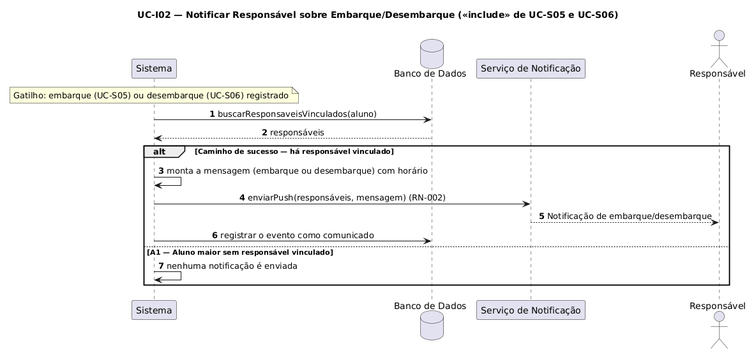
Before: documentos/atividade-04/imagens/UC-I02.png, a diagram exported from PlantUML (luisgustavoribeirodefreitas/VanTrack). Source of this version:
```plantuml
@startuml UC-I02
title UC-I02 — Notificar Responsável sobre Embarque/Desembarque («include» de UC-S05 e UC-S06)
skinparam sequenceMessageAlign center
autonumber

participant "Sistema" as S
database "Banco de Dados" as DB
participant "Serviço de Notificação" as Push
actor "Responsável" as R

note over S : Gatilho: embarque (UC-S05) ou desembarque (UC-S06) registrado

S -> DB : buscarResponsaveisVinculados(aluno)
DB --> S : responsáveis

alt Caminho de sucesso — há responsável vinculado
    S -> S : monta a mensagem (embarque ou desembarque) com horário
    S -> Push : enviarPush(responsáveis, mensagem) (RN-002)
    Push --> R : Notificação de embarque/desembarque
    S -> DB : registrar o evento como comunicado
else A1 — Aluno maior sem responsável vinculado
    S -> S : nenhuma notificação é enviada
end
@enduml
```
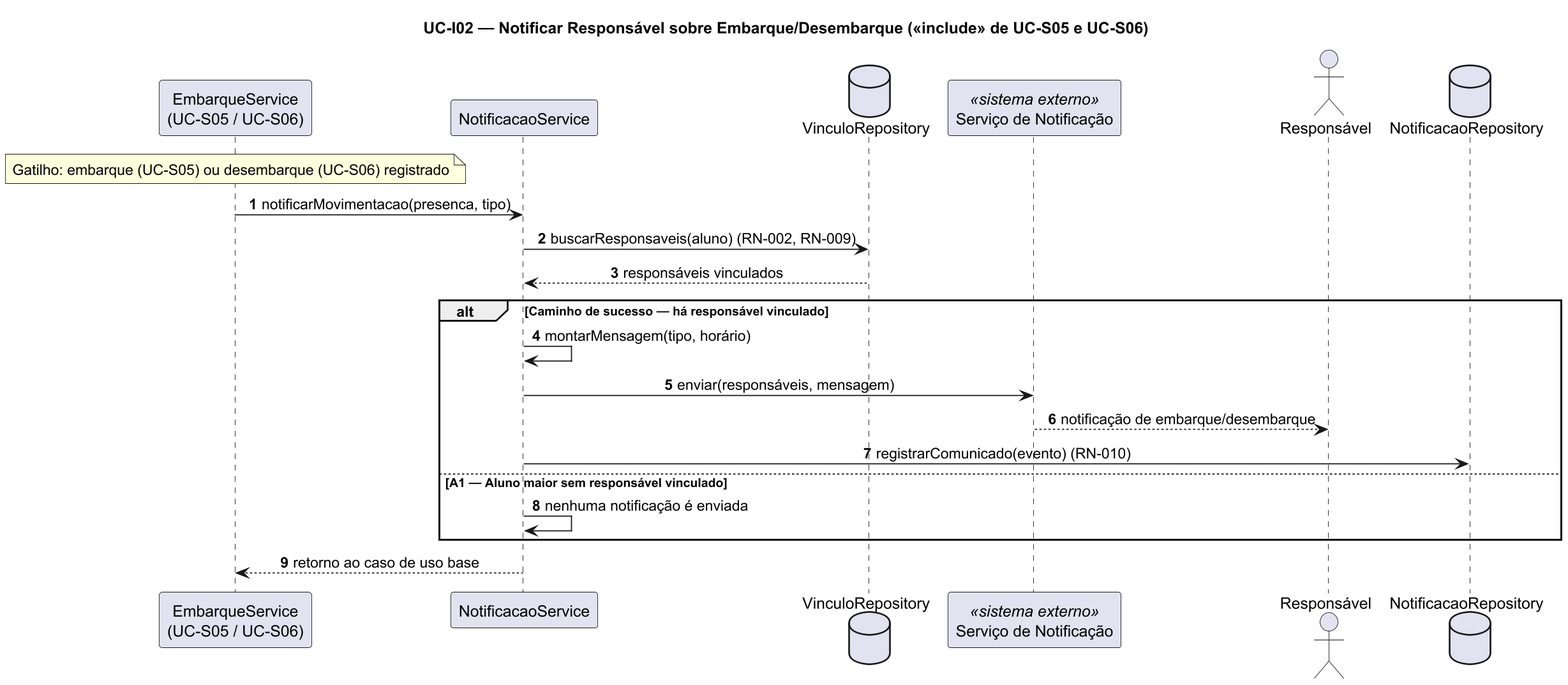
Above is the later version.

Diff of the diagram source:
```diff
@@ -1,24 +1,30 @@
 @startuml UC-I02
+skinparamlocked dpi 170
 title UC-I02 — Notificar Responsável sobre Embarque/Desembarque («include» de UC-S05 e UC-S06)
 skinparam sequenceMessageAlign center
+skinparam responseMessageBelowArrow true
 autonumber
 
-participant "Sistema" as S
-database "Banco de Dados" as DB
-participant "Serviço de Notificação" as Push
+participant "EmbarqueService\n(UC-S05 / UC-S06)" as ES
+participant "NotificacaoService" as S
+database "VinculoRepository" as VRepo
+participant "Serviço de Notificação" as Push <<sistema externo>>
 actor "Responsável" as R
+database "NotificacaoRepository" as NRepo
 
-note over S : Gatilho: embarque (UC-S05) ou desembarque (UC-S06) registrado
+note over ES : Gatilho: embarque (UC-S05) ou desembarque (UC-S06) registrado
 
-S -> DB : buscarResponsaveisVinculados(aluno)
-DB --> S : responsáveis
+ES -> S : notificarMovimentacao(presenca, tipo)
+S -> VRepo : buscarResponsaveis(aluno) (RN-002, RN-009)
+VRepo --> S : responsáveis vinculados
 
 alt Caminho de sucesso — há responsável vinculado
-    S -> S : monta a mensagem (embarque ou desembarque) com horário
-    S -> Push : enviarPush(responsáveis, mensagem) (RN-002)
-    Push --> R : Notificação de embarque/desembarque
-    S -> DB : registrar o evento como comunicado
+    S -> S : montarMensagem(tipo, horário)
+    S -> Push : enviar(responsáveis, mensagem)
+    Push --> R : notificação de embarque/desembarque
+    S -> NRepo : registrarComunicado(evento) (RN-010)
 else A1 — Aluno maior sem responsável vinculado
     S -> S : nenhuma notificação é enviada
 end
+S --> ES : retorno ao caso de uso base
 @enduml
```
